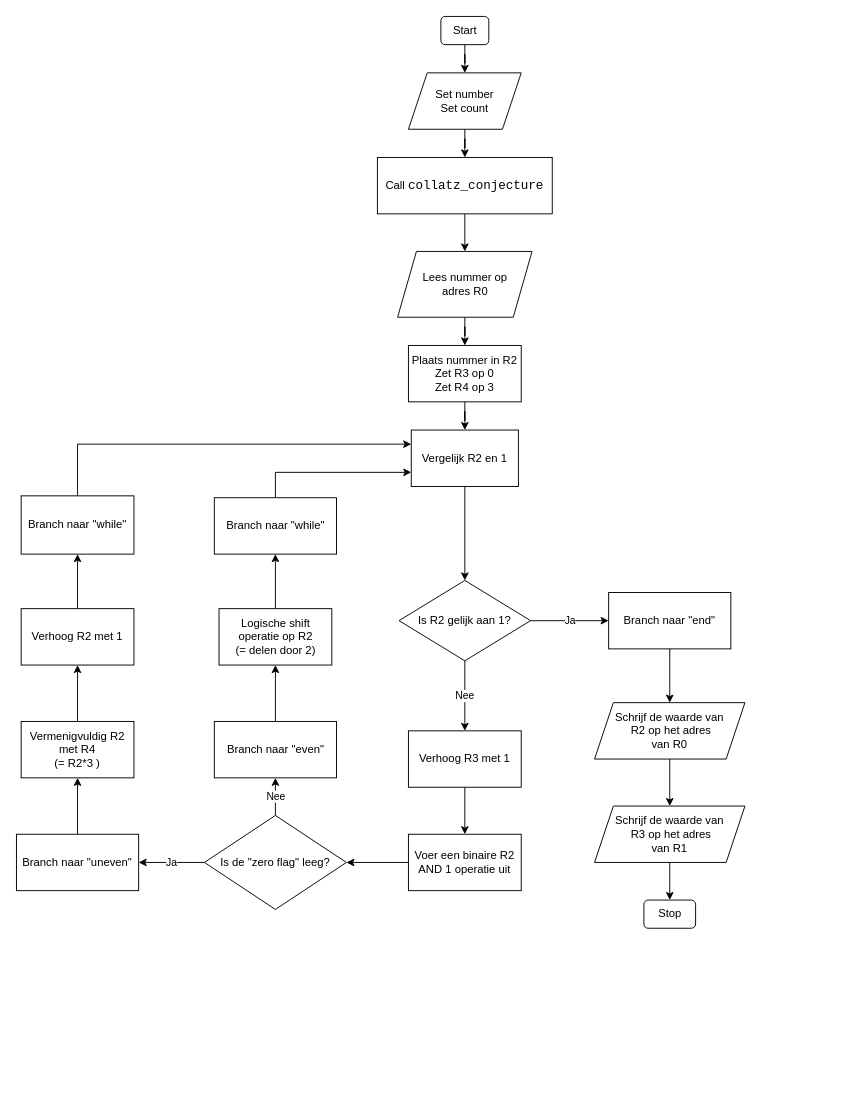
Above: Labo1/CollatzConjecture/resources/collatz_conjecture.drawio in RobbeRDG/ComputerTechniek (draw.io), before the change. Source tidied: cells renumbered, new cells numbered last; positions are measured from the earlier drawing's top-left corner, leaving out a move shared by most shapes. Both pictures are drawn from the tidied source at 94%, with x=0, y=0 at pixel (16, 16).
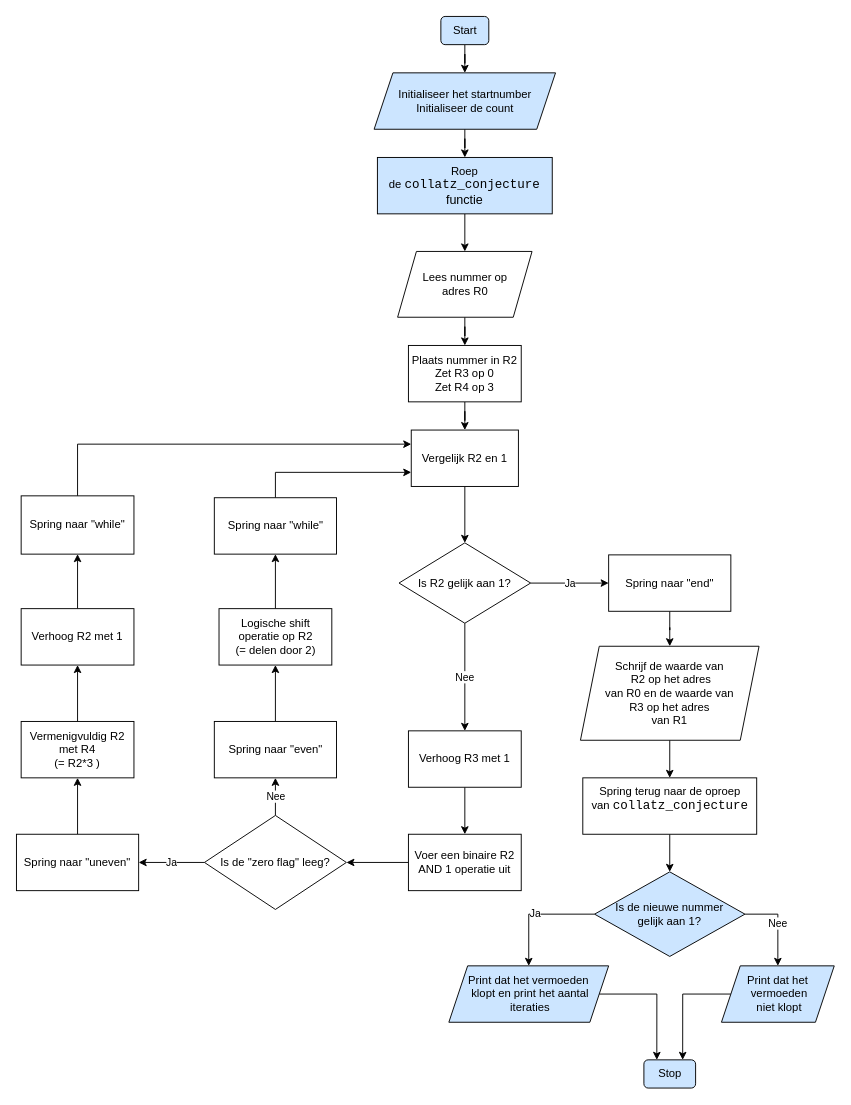
The same diagram, later.

The edit, as a diff of the source:
```diff
@@
-    <mxCell id="3" value="Start" style="rounded=1;whiteSpace=wrap;html=1;" parent="1" vertex="1">
+    <mxCell id="3" value="Start" style="rounded=1;whiteSpace=wrap;html=1;fillColor=#CCE5FF;" parent="1" vertex="1">
       <mxGeometry x="451.5" width="51" height="30" as="geometry" />
     </mxCell>
@@
-    <mxCell id="5" value="Set number&lt;br&gt;Set count" style="shape=parallelogram;perimeter=parallelogramPerimeter;whiteSpace=wrap;html=1;fixedSize=1;" parent="1" vertex="1">
-      <mxGeometry x="417" y="60" width="120" height="60" as="geometry" />
+    <mxCell id="5" value="Initialiseer het startnumber&lt;br&gt;Initialiseer de count" style="shape=parallelogram;perimeter=parallelogramPerimeter;whiteSpace=wrap;html=1;fixedSize=1;fillColor=#CCE5FF;" parent="1" vertex="1">
+      <mxGeometry x="380.5" y="60" width="193" height="60" as="geometry" />
     </mxCell>
@@
-    <mxCell id="7" value="Call&amp;nbsp;&lt;span lang=&quot;EN-US&quot; style=&quot;font-size: 10pt ; line-height: 115% ; font-family: &amp;#34;consolas&amp;#34;&quot;&gt;collatz_conjecture&lt;/span&gt;" style="rounded=0;whiteSpace=wrap;html=1;" parent="1" vertex="1">
+    <mxCell id="7" value="Roep de&amp;nbsp;&lt;span lang=&quot;EN-US&quot; style=&quot;font-size: 10pt ; line-height: 115% ; font-family: &amp;#34;consolas&amp;#34;&quot;&gt;collatz_conjecture &lt;/span&gt;&lt;span lang=&quot;EN-US&quot; style=&quot;font-size: 10pt ; line-height: 115%&quot;&gt;functie&lt;/span&gt;" style="rounded=0;whiteSpace=wrap;html=1;fillColor=#CCE5FF;" parent="1" vertex="1">
       <mxGeometry x="384" y="150" width="186" height="60" as="geometry" />
     </mxCell>
@@
     <mxCell id="14" value="Is R2 gelijk aan 1?" style="rhombus;whiteSpace=wrap;html=1;" parent="1" vertex="1">
-      <mxGeometry x="407" y="600" width="140" height="85.5" as="geometry" />
+      <mxGeometry x="407" y="560" width="140" height="85.5" as="geometry" />
     </mxCell>
@@
-    <mxCell id="25" value="Branch naar &quot;uneven&quot;" style="rounded=0;whiteSpace=wrap;html=1;" parent="1" vertex="1">
+    <mxCell id="25" value="Spring naar &quot;uneven&quot;" style="rounded=0;whiteSpace=wrap;html=1;" parent="1" vertex="1">
       <mxGeometry y="870" width="130" height="60" as="geometry" />
     </mxCell>
@@
-    <mxCell id="27" value="Branch naar &quot;even&quot;" style="rounded=0;whiteSpace=wrap;html=1;" parent="1" vertex="1">
+    <mxCell id="27" value="Spring naar &quot;even&quot;" style="rounded=0;whiteSpace=wrap;html=1;" parent="1" vertex="1">
       <mxGeometry x="210.5" y="750" width="130" height="60" as="geometry" />
     </mxCell>
@@
-    <mxCell id="31" value="Branch naar &quot;while&quot;" style="rounded=0;whiteSpace=wrap;html=1;" parent="1" vertex="1">
+    <mxCell id="31" value="Spring naar &quot;while&quot;" style="rounded=0;whiteSpace=wrap;html=1;" parent="1" vertex="1">
       <mxGeometry x="210.5" y="512" width="130" height="60" as="geometry" />
     </mxCell>
@@
-    <mxCell id="37" value="Branch naar &quot;while&quot;" style="rounded=0;whiteSpace=wrap;html=1;" parent="1" vertex="1">
+    <mxCell id="37" value="Spring naar &quot;while&quot;" style="rounded=0;whiteSpace=wrap;html=1;" parent="1" vertex="1">
       <mxGeometry x="5" y="510" width="120" height="62" as="geometry" />
     </mxCell>
@@
-    <mxCell id="39" value="Branch naar &quot;end&quot;" style="rounded=0;whiteSpace=wrap;html=1;" parent="1" vertex="1">
-      <mxGeometry x="630" y="612.8" width="130" height="60" as="geometry" />
+    <mxCell id="39" value="Spring naar &quot;end&quot;" style="rounded=0;whiteSpace=wrap;html=1;" parent="1" vertex="1">
+      <mxGeometry x="630" y="572.8" width="130" height="60" as="geometry" />
     </mxCell>
-    <mxCell id="40" style="edgeStyle=orthogonalEdgeStyle;rounded=0;jettySize=auto;html=1;" parent="1" edge="1" source="41" target="43">
-      <mxGeometry relative="1" as="geometry" />
-    </mxCell>
+    <mxCell id="45" style="edgeStyle=orthogonalEdgeStyle;rounded=0;jettySize=auto;html=1;" parent="1" edge="1" source="41" target="47">
+      <mxGeometry relative="1" as="geometry" />
+    </mxCell>
-    <mxCell id="41" value="Schrijf de waarde van&lt;br&gt;&amp;nbsp;R2 op het adres &lt;br&gt;van R0" style="shape=parallelogram;perimeter=parallelogramPerimeter;whiteSpace=wrap;html=1;fixedSize=1;" parent="1" vertex="1">
-      <mxGeometry x="615" y="730" width="160" height="60" as="geometry" />
+    <mxCell id="41" value="Schrijf de waarde van&lt;br&gt;&amp;nbsp;R2 op het adres &lt;br&gt;van R0 en de waarde van&lt;br&gt;&amp;nbsp;R3 op het adres&amp;nbsp;&lt;br&gt;van R1" style="shape=parallelogram;perimeter=parallelogramPerimeter;whiteSpace=wrap;html=1;fixedSize=1;" parent="1" vertex="1">
+      <mxGeometry x="600" y="670" width="190" height="100" as="geometry" />
     </mxCell>
-    <mxCell id="42" style="edgeStyle=orthogonalEdgeStyle;rounded=0;jettySize=auto;html=1;" parent="1" edge="1" source="43" target="44">
-      <mxGeometry relative="1" as="geometry" />
-    </mxCell>
-    <mxCell id="43" value="Schrijf de waarde van&lt;br&gt;&amp;nbsp;R3 op het adres &lt;br&gt;van R1" style="shape=parallelogram;perimeter=parallelogramPerimeter;whiteSpace=wrap;html=1;fixedSize=1;" parent="1" vertex="1">
-      <mxGeometry x="615" y="840" width="160" height="60" as="geometry" />
-    </mxCell>
-    <mxCell id="44" value="Stop" style="rounded=1;whiteSpace=wrap;html=1;" parent="1" vertex="1">
-      <mxGeometry x="667.5" y="940" width="55" height="30" as="geometry" />
+    <mxCell id="44" value="Stop" style="rounded=1;whiteSpace=wrap;html=1;fillColor=#CCE5FF;" parent="1" vertex="1">
+      <mxGeometry x="667.5" y="1110" width="55" height="30" as="geometry" />
     </mxCell>
+    <mxCell id="46" style="edgeStyle=orthogonalEdgeStyle;rounded=0;jettySize=auto;html=1;" parent="1" edge="1" source="47" target="50">
+      <mxGeometry relative="1" as="geometry" />
+    </mxCell>
+    <mxCell id="47" value="Spring terug naar de oproep van&amp;nbsp;&lt;span style=&quot;font-family: &amp;#34;consolas&amp;#34; ; font-size: 13.3333px&quot;&gt;collatz_conjecture&lt;/span&gt;&lt;br&gt;&amp;nbsp;" style="rounded=0;whiteSpace=wrap;html=1;" parent="1" vertex="1">
+      <mxGeometry x="602.5" y="810" width="185" height="60" as="geometry" />
+    </mxCell>
+    <mxCell id="48" value="Nee" style="edgeStyle=orthogonalEdgeStyle;rounded=0;jettySize=auto;html=1;entryX=0.5;entryY=0;entryDx=0;entryDy=0;" parent="1" edge="1" source="50" target="54">
+      <mxGeometry relative="1" as="geometry">
+        <Array as="points">
+          <mxPoint x="810" y="955" />
+        </Array>
+      </mxGeometry>
+    </mxCell>
+    <mxCell id="49" value="Ja" style="edgeStyle=orthogonalEdgeStyle;rounded=0;jettySize=auto;html=1;entryX=0.5;entryY=0;entryDx=0;entryDy=0;" parent="1" edge="1" source="50" target="52">
+      <mxGeometry relative="1" as="geometry">
+        <Array as="points">
+          <mxPoint x="545" y="955" />
+        </Array>
+      </mxGeometry>
+    </mxCell>
+    <mxCell id="50" value="Is de nieuwe nummer&lt;br&gt;&amp;nbsp;gelijk aan 1?&amp;nbsp;" style="rhombus;whiteSpace=wrap;html=1;fillColor=#CCE5FF;" parent="1" vertex="1">
+      <mxGeometry x="615" y="910" width="160" height="90" as="geometry" />
+    </mxCell>
+    <mxCell id="51" style="edgeStyle=orthogonalEdgeStyle;rounded=0;jettySize=auto;html=1;entryX=0.25;entryY=0;entryDx=0;entryDy=0;" parent="1" edge="1" source="52" target="44">
+      <mxGeometry relative="1" as="geometry" />
+    </mxCell>
+    <mxCell id="52" value="Print dat het vermoeden&lt;br&gt;&amp;nbsp;klopt en&amp;nbsp;print het aantal&lt;br&gt;&amp;nbsp;iteraties" style="shape=parallelogram;perimeter=parallelogramPerimeter;whiteSpace=wrap;html=1;fixedSize=1;fillColor=#CCE5FF;" parent="1" vertex="1">
+      <mxGeometry x="460" y="1010" width="170" height="60" as="geometry" />
+    </mxCell>
+    <mxCell id="53" style="edgeStyle=orthogonalEdgeStyle;rounded=0;jettySize=auto;html=1;entryX=0.75;entryY=0;entryDx=0;entryDy=0;" parent="1" edge="1" source="54" target="44">
+      <mxGeometry relative="1" as="geometry" />
+    </mxCell>
+    <mxCell id="54" value="Print dat het&lt;br&gt;&amp;nbsp;vermoeden&lt;br&gt;&amp;nbsp;niet klopt" style="shape=parallelogram;perimeter=parallelogramPerimeter;whiteSpace=wrap;html=1;fixedSize=1;fillColor=#CCE5FF;" parent="1" vertex="1">
+      <mxGeometry x="750" y="1010" width="120" height="60" as="geometry" />
+    </mxCell>
```
